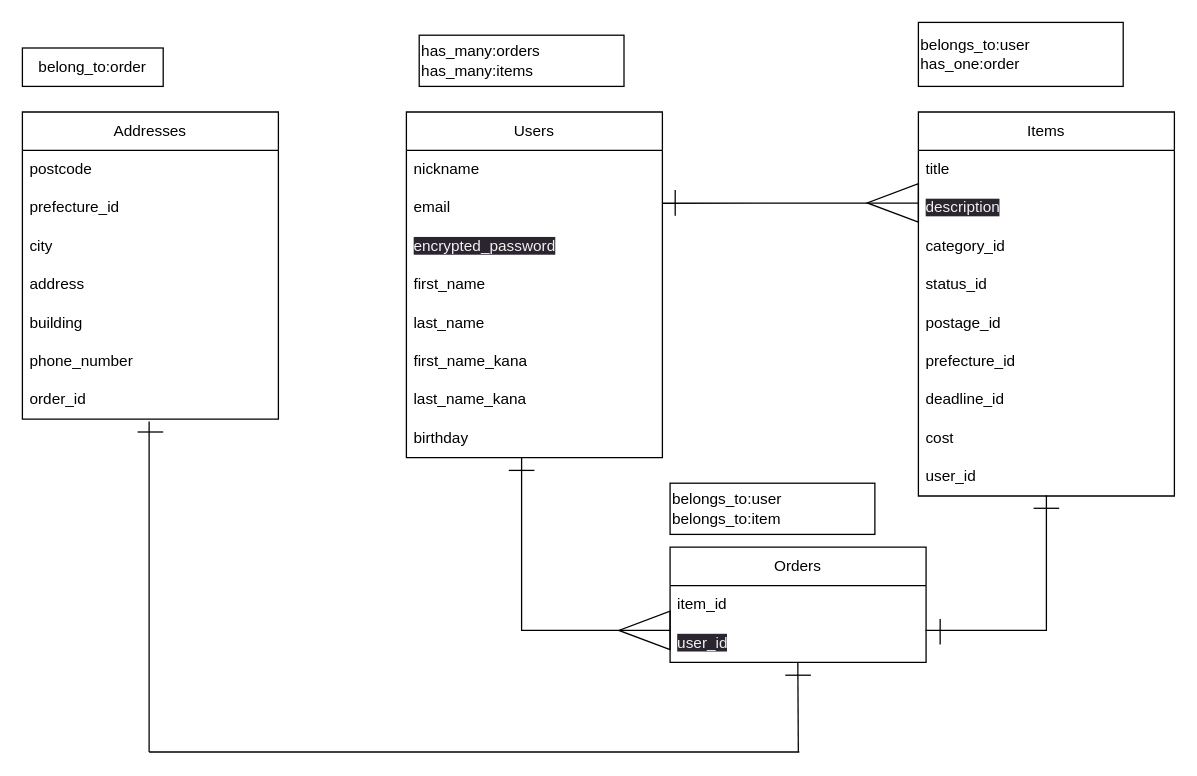
bondinu/furima-39203 keeps this draw.io diagram as ERfigure.dio. Above is the earlier version. Source tidied: cells renumbered, new cells numbered last; positions are measured from the earlier drawing's top-left corner, leaving out a move shared by most shapes. Both pictures are drawn from the tidied source at 128%, with x=0, y=0 at pixel (22, 22).
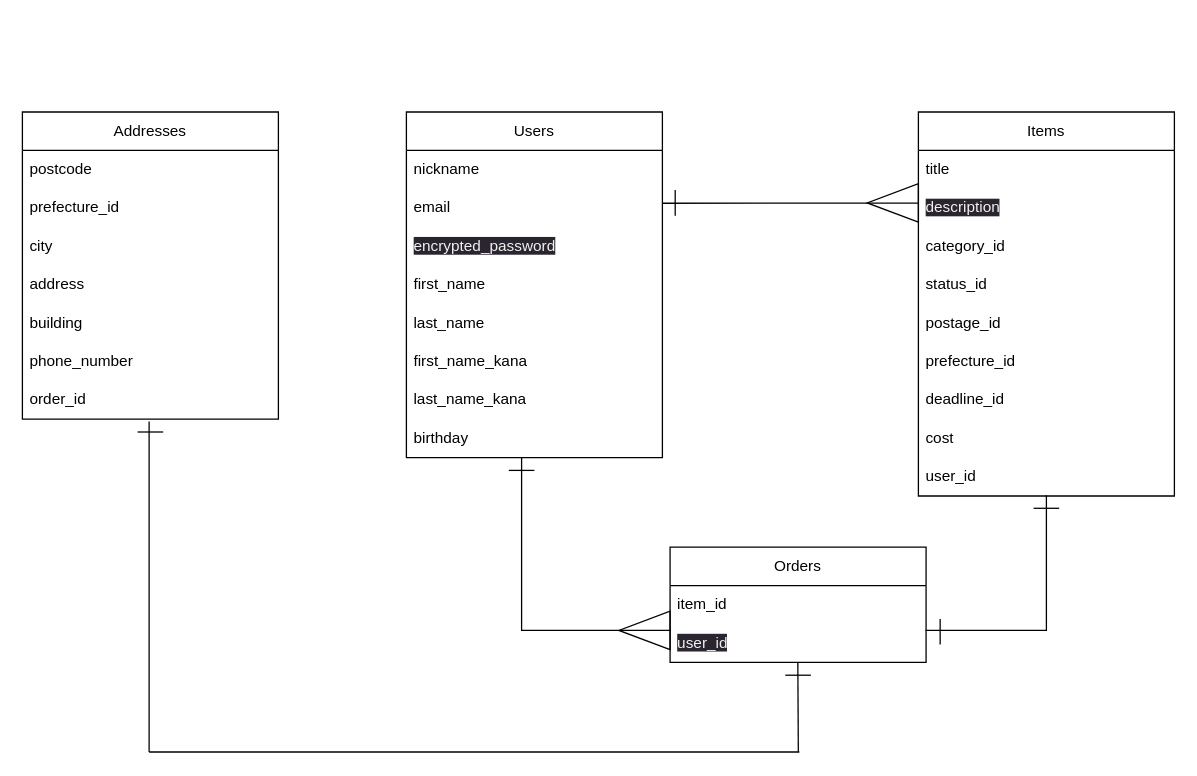
After the change.

Commit message (it also covers changes not shown here):
データベース設計　修正４

Change to the diagram source:
```diff
@@
-    <mxCell id="38" value="has_many:orders&lt;br&gt;has_many:items" style="rounded=0;whiteSpace=wrap;html=1;align=left;" parent="1" vertex="1">
-      <mxGeometry x="310" y="10" width="160" height="40" as="geometry" />
-    </mxCell>
-    <mxCell id="39" value="belong_to:order" style="rounded=0;whiteSpace=wrap;html=1;" parent="1" vertex="1">
-      <mxGeometry y="20" width="110" height="30" as="geometry" />
-    </mxCell>
-    <mxCell id="40" value="belongs_to:user&lt;br&gt;has_one:order" style="rounded=0;whiteSpace=wrap;html=1;align=left;" parent="1" vertex="1">
-      <mxGeometry x="700" width="160" height="50" as="geometry" />
-    </mxCell>
-    <mxCell id="41" value="belongs_to:user&lt;br&gt;belongs_to:item" style="rounded=0;whiteSpace=wrap;html=1;align=left;" parent="1" vertex="1">
-      <mxGeometry x="506" y="360" width="160" height="40" as="geometry" />
-    </mxCell>
```
